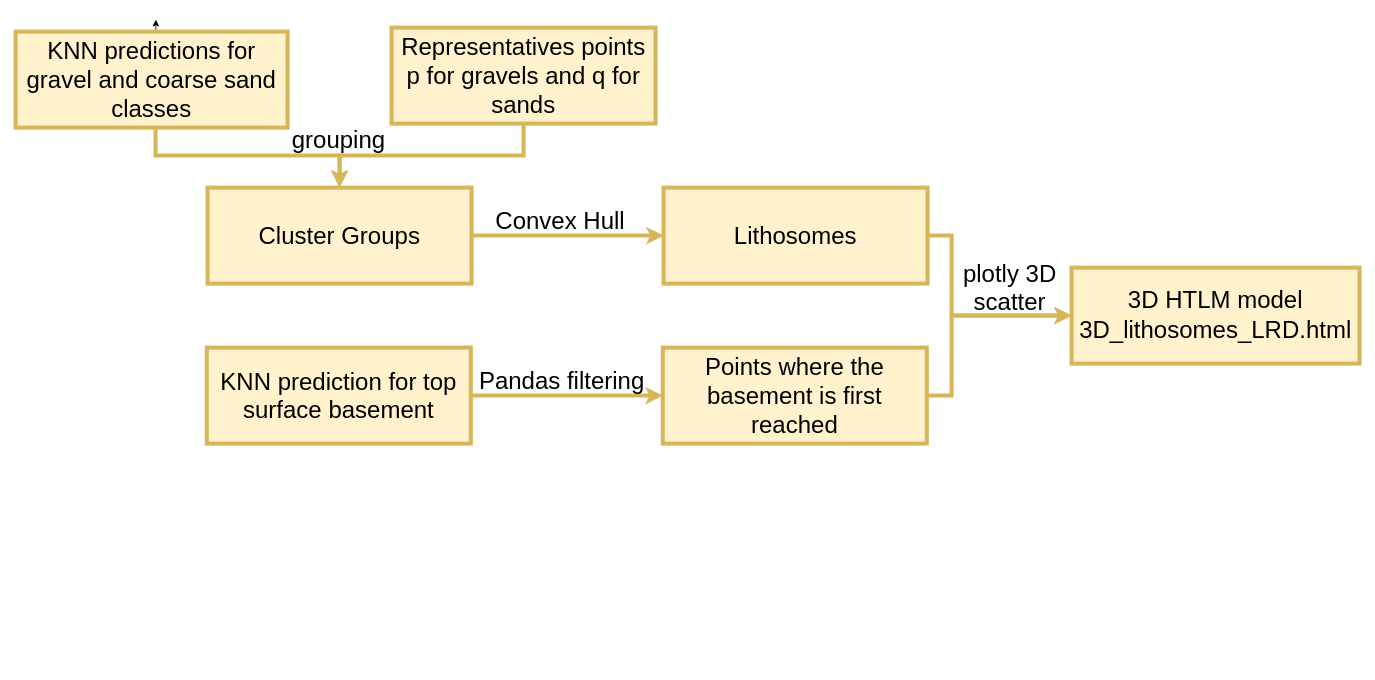
dcabezas98/confidence-knn-stratigraphic-visualization keeps this draw.io diagram as diagrams/lithosomes.drawio. Above is the earlier version. Source tidied: cells renumbered, new cells numbered last; positions are measured from the earlier drawing's top-left corner, leaving out a move shared by most shapes. Both pictures are drawn from the tidied source at 80%, with x=0, y=0 at pixel (15, 19).
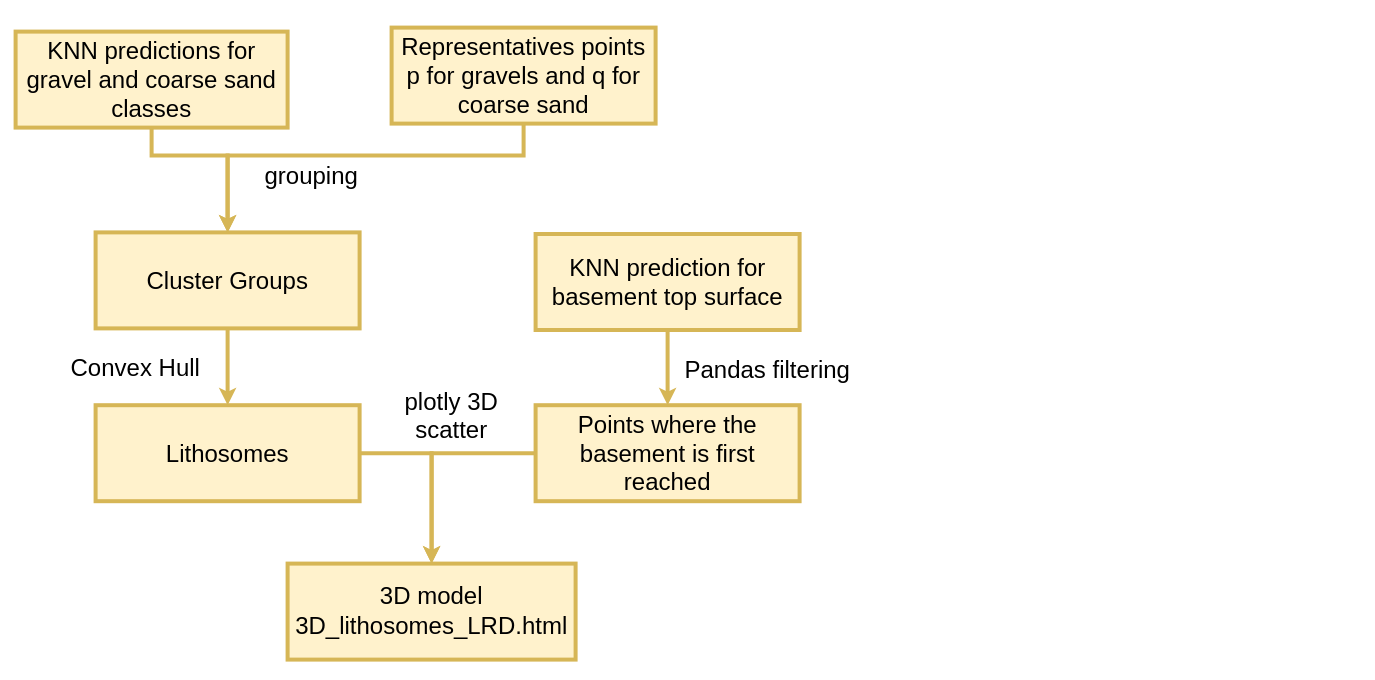
The same page after the edit.

Unchanged cells that the change refers to:
```xml
<mxCell id="4" value="KNN predictions for gravel and coarse sand classes" style="rounded=0;whiteSpace=wrap;html=1;fontFamily=Helvetica;fontSize=30;fillColor=#fff2cc;strokeColor=#d6b656;strokeWidth=5;" parent="1" vertex="1">
  <mxGeometry y="15" width="340" height="120" as="geometry" />
</mxCell>
```

The edit, as a diff of the source:
```diff
@@
-    <mxCell id="3" style="edgeStyle=orthogonalEdgeStyle;rounded=0;jettySize=auto;html=1;exitX=0.5;exitY=0;exitDx=0;exitDy=0;" parent="1" edge="1" source="4">
-      <mxGeometry relative="1" as="geometry">
-        <mxPoint x="175.3" as="targetPoint" />
-      </mxGeometry>
-    </mxCell>
@@
     <mxCell id="5" style="edgeStyle=orthogonalEdgeStyle;rounded=0;jettySize=auto;html=1;exitX=0.5;exitY=1;exitDx=0;exitDy=0;entryX=0.5;entryY=0;entryDx=0;entryDy=0;fontFamily=Helvetica;fontSize=30;strokeWidth=5;fillColor=#fff2cc;strokeColor=#d6b656;" parent="1" edge="1" source="6" target="10">
       <mxGeometry relative="1" as="geometry">
         <Array as="points">
           <mxPoint x="635" y="170" />
-          <mxPoint x="405" y="170" />
+          <mxPoint x="265" y="170" />
         </Array>
       </mxGeometry>
     </mxCell>
-    <mxCell id="6" value="Representatives points p for gravels and q for sands" style="rounded=0;whiteSpace=wrap;html=1;fontFamily=Helvetica;fontSize=30;fillColor=#fff2cc;strokeColor=#d6b656;strokeWidth=5;" parent="1" vertex="1">
+    <mxCell id="6" value="Representatives points p for gravels and q for coarse sand" style="rounded=0;whiteSpace=wrap;html=1;fontFamily=Helvetica;fontSize=30;fillColor=#fff2cc;strokeColor=#d6b656;strokeWidth=5;" parent="1" vertex="1">
       <mxGeometry x="470" y="10" width="330" height="120" as="geometry" />
     </mxCell>
-    <mxCell id="7" style="edgeStyle=orthogonalEdgeStyle;rounded=0;jettySize=auto;html=1;exitX=1;exitY=0.5;exitDx=0;exitDy=0;fontFamily=Helvetica;fontSize=30;strokeWidth=5;fillColor=#fff2cc;strokeColor=#d6b656;" parent="1" edge="1" source="8" target="15">
-      <mxGeometry relative="1" as="geometry">
-        <Array as="points">
-          <mxPoint x="1170" y="270" />
-          <mxPoint x="1170" y="370" />
-        </Array>
-      </mxGeometry>
+    <mxCell id="7" style="edgeStyle=orthogonalEdgeStyle;rounded=0;jettySize=auto;html=1;exitX=1;exitY=0.5;exitDx=0;exitDy=0;entryX=0.5;entryY=0;entryDx=0;entryDy=0;strokeWidth=5;fillColor=#fff2cc;strokeColor=#d6b656;" parent="1" edge="1" source="8" target="15">
+      <mxGeometry relative="1" as="geometry" />
     </mxCell>
     <mxCell id="8" value="Lithosomes" style="rounded=0;whiteSpace=wrap;html=1;fontFamily=Helvetica;fontSize=30;fillColor=#fff2cc;strokeColor=#d6b656;strokeWidth=5;" parent="1" vertex="1">
-      <mxGeometry x="810" y="210" width="330" height="120" as="geometry" />
+      <mxGeometry x="100" y="482" width="330" height="120" as="geometry" />
     </mxCell>
-    <mxCell id="9" style="edgeStyle=orthogonalEdgeStyle;rounded=0;jettySize=auto;html=1;exitX=1;exitY=0.5;exitDx=0;exitDy=0;entryX=0;entryY=0.5;entryDx=0;entryDy=0;fontFamily=Helvetica;fontSize=30;strokeWidth=5;fillColor=#fff2cc;strokeColor=#d6b656;" parent="1" edge="1" source="10" target="8">
+    <mxCell id="9" style="edgeStyle=orthogonalEdgeStyle;rounded=0;jettySize=auto;html=1;exitX=0.5;exitY=1;exitDx=0;exitDy=0;entryX=0.5;entryY=0;entryDx=0;entryDy=0;fillColor=#fff2cc;strokeColor=#d6b656;strokeWidth=5;" parent="1" edge="1" source="10" target="8">
       <mxGeometry relative="1" as="geometry" />
     </mxCell>
     <mxCell id="10" value="Cluster Groups" style="rounded=0;whiteSpace=wrap;html=1;fontFamily=Helvetica;fontSize=30;fillColor=#fff2cc;strokeColor=#d6b656;strokeWidth=5;" parent="1" vertex="1">
-      <mxGeometry x="240" y="210" width="330" height="120" as="geometry" />
+      <mxGeometry x="100" y="266" width="330" height="120" as="geometry" />
     </mxCell>
-    <mxCell id="11" style="edgeStyle=orthogonalEdgeStyle;rounded=0;jettySize=auto;html=1;exitX=1;exitY=0.5;exitDx=0;exitDy=0;entryX=0;entryY=0.5;entryDx=0;entryDy=0;fontFamily=Helvetica;fontSize=30;strokeWidth=5;fillColor=#fff2cc;strokeColor=#d6b656;" parent="1" edge="1" source="12" target="15">
-      <mxGeometry relative="1" as="geometry">
-        <Array as="points">
-          <mxPoint x="1170" y="470" />
-          <mxPoint x="1170" y="370" />
-        </Array>
-      </mxGeometry>
+    <mxCell id="11" style="edgeStyle=orthogonalEdgeStyle;rounded=0;jettySize=auto;html=1;exitX=0;exitY=0.5;exitDx=0;exitDy=0;entryX=0.5;entryY=0;entryDx=0;entryDy=0;strokeWidth=5;fillColor=#fff2cc;strokeColor=#d6b656;" parent="1" edge="1" source="12" target="15">
+      <mxGeometry relative="1" as="geometry" />
     </mxCell>
     <mxCell id="12" value="Points where the basement is first reached" style="rounded=0;whiteSpace=wrap;html=1;fontFamily=Helvetica;fontSize=30;fillColor=#fff2cc;strokeColor=#d6b656;strokeWidth=5;" parent="1" vertex="1">
-      <mxGeometry x="809" y="410" width="330" height="120" as="geometry" />
+      <mxGeometry x="650" y="482" width="330" height="120" as="geometry" />
     </mxCell>
-    <mxCell id="13" style="edgeStyle=orthogonalEdgeStyle;rounded=0;jettySize=auto;html=1;exitX=1;exitY=0.5;exitDx=0;exitDy=0;entryX=0;entryY=0.5;entryDx=0;entryDy=0;fontFamily=Helvetica;fontSize=30;strokeWidth=5;fillColor=#fff2cc;strokeColor=#d6b656;" parent="1" edge="1" source="14" target="12">
+    <mxCell id="13" style="edgeStyle=orthogonalEdgeStyle;rounded=0;jettySize=auto;html=1;exitX=0.5;exitY=1;exitDx=0;exitDy=0;entryX=0.5;entryY=0;entryDx=0;entryDy=0;strokeWidth=5;fillColor=#fff2cc;strokeColor=#d6b656;" parent="1" edge="1" source="14" target="12">
       <mxGeometry relative="1" as="geometry" />
     </mxCell>
-    <mxCell id="14" value="KNN prediction for top surface basement" style="rounded=0;whiteSpace=wrap;html=1;fontFamily=Helvetica;fontSize=30;fillColor=#fff2cc;strokeColor=#d6b656;strokeWidth=5;" parent="1" vertex="1">
-      <mxGeometry x="239" y="410" width="330" height="120" as="geometry" />
+    <mxCell id="14" value="KNN prediction for basement top surface" style="rounded=0;whiteSpace=wrap;html=1;fontFamily=Helvetica;fontSize=30;fillColor=#fff2cc;strokeColor=#d6b656;strokeWidth=5;" parent="1" vertex="1">
+      <mxGeometry x="650" y="268" width="330" height="120" as="geometry" />
     </mxCell>
-    <mxCell id="15" value="&lt;pre style=&quot;font-size: 30px;&quot;&gt;&lt;font style=&quot;font-size: 30px;&quot; face=&quot;Helvetica&quot;&gt;3D HTLM model&lt;br style=&quot;font-size: 30px;&quot;&gt;3D_lithosomes_LRD.html&lt;/font&gt;&lt;/pre&gt;" style="rounded=0;whiteSpace=wrap;html=1;fontFamily=Helvetica;fontSize=30;fillColor=#fff2cc;strokeColor=#d6b656;strokeWidth=5;" parent="1" vertex="1">
-      <mxGeometry x="1320" y="310" width="360" height="120" as="geometry" />
+    <mxCell id="15" value="&lt;pre style=&quot;font-size: 30px;&quot;&gt;&lt;font style=&quot;font-size: 30px;&quot; face=&quot;Helvetica&quot;&gt;3D model&lt;br style=&quot;font-size: 30px;&quot;&gt;3D_lithosomes_LRD.html&lt;/font&gt;&lt;/pre&gt;" style="rounded=0;whiteSpace=wrap;html=1;fontFamily=Helvetica;fontSize=30;fillColor=#fff2cc;strokeColor=#d6b656;strokeWidth=5;" parent="1" vertex="1">
+      <mxGeometry x="340" y="680" width="360" height="120" as="geometry" />
     </mxCell>
     <mxCell id="16" value="grouping" style="text;html=1;align=center;verticalAlign=middle;whiteSpace=wrap;rounded=0;fontFamily=Helvetica;fontSize=30;" parent="1" vertex="1">
-      <mxGeometry x="304" y="135" width="200" height="30" as="geometry" />
+      <mxGeometry x="270" y="180" width="200" height="30" as="geometry" />
     </mxCell>
     <mxCell id="17" value="Convex Hull" style="text;html=1;align=center;verticalAlign=middle;whiteSpace=wrap;rounded=0;fontFamily=Helvetica;fontSize=30;" parent="1" vertex="1">
-      <mxGeometry x="581" y="236" width="200" height="30" as="geometry" />
+      <mxGeometry x="50" y="420" width="200" height="30" as="geometry" />
     </mxCell>
     <mxCell id="18" value="Pandas filtering" style="text;html=1;align=center;verticalAlign=middle;whiteSpace=wrap;rounded=0;fontFamily=Helvetica;fontSize=30;" parent="1" vertex="1">
-      <mxGeometry x="563" y="421" width="240" height="60" as="geometry" />
+      <mxGeometry x="820" y="407" width="240" height="60" as="geometry" />
     </mxCell>
     <mxCell id="19" value="plotly 3D scatter" style="text;html=1;align=center;verticalAlign=middle;whiteSpace=wrap;rounded=0;fontFamily=Helvetica;fontSize=30;" parent="1" vertex="1">
-      <mxGeometry x="1148" y="300" width="190" height="70" as="geometry" />
+      <mxGeometry x="450" y="460" width="190" height="70" as="geometry" />
     </mxCell>
```
